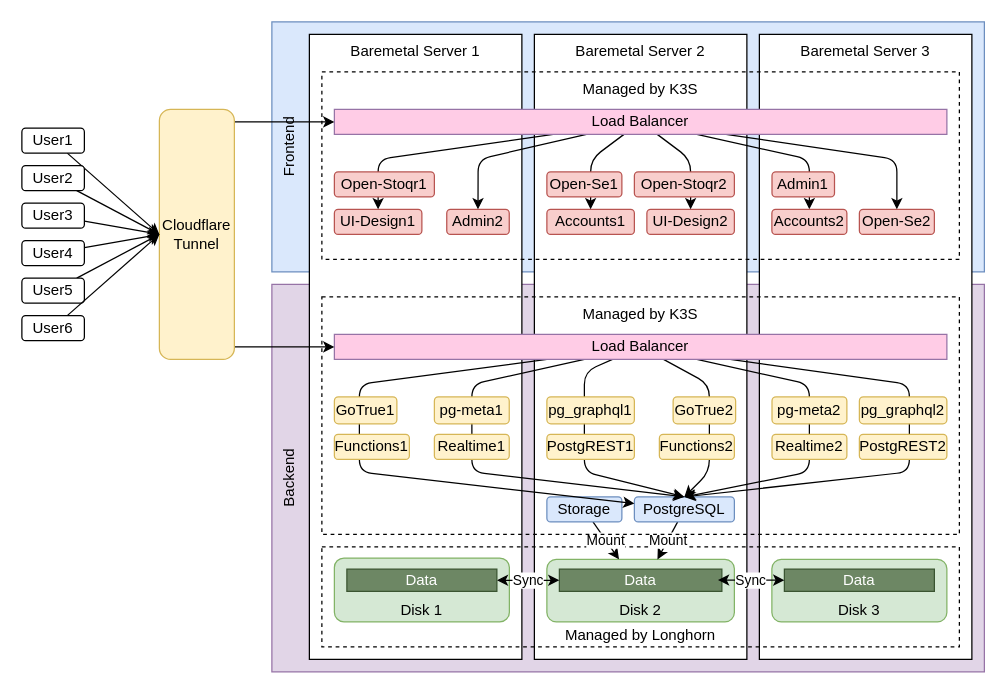
This is docs/System Design.drawio from rcsn01/OpenSe, a draw.io file, before an edit. Source tidied: cells renumbered, new cells numbered last; positions are measured from the earlier drawing's top-left corner, leaving out a move shared by most shapes. Both pictures are drawn from the tidied source at 125%, with x=0, y=0 at pixel (21, 21).
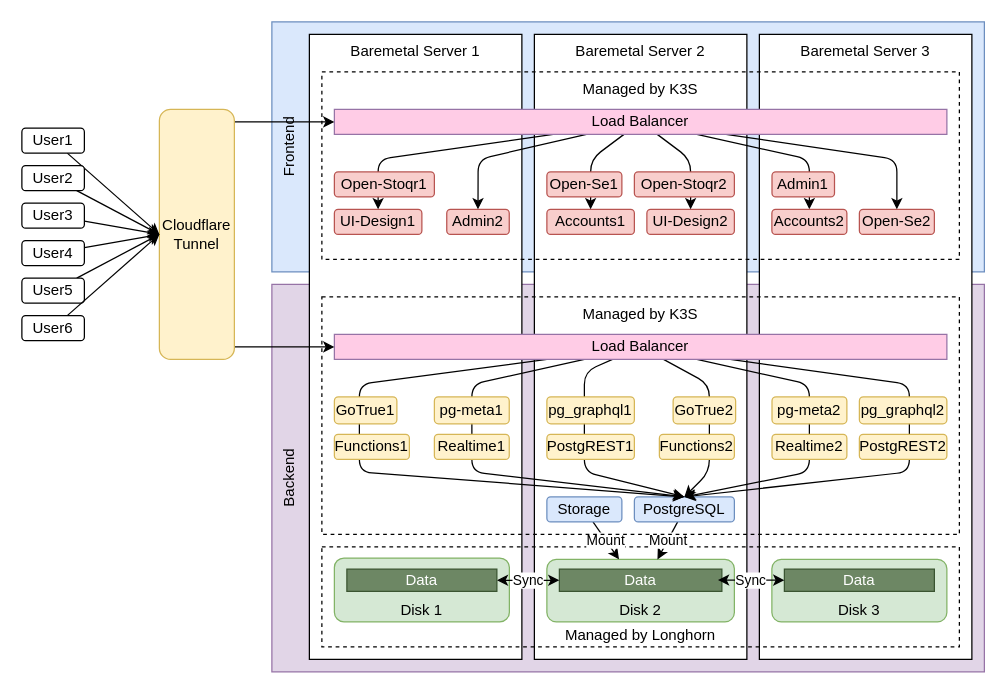
Above is the later version.

Unchanged cells that the change refers to:
```xml
<mxCell id="20" value="PostgreSQL" style="rounded=1;whiteSpace=wrap;html=1;fillColor=#dae8fc;strokeColor=#6c8ebf;" parent="1" vertex="1">
  <mxGeometry x="490" y="380" width="80" height="20" as="geometry" />
</mxCell>
<mxCell id="27" value="Load Balancer" style="rounded=0;whiteSpace=wrap;html=1;fillColor=#FFCCE6;strokeColor=#9673a6;" parent="1" vertex="1">
  <mxGeometry x="250" y="250" width="490" height="20" as="geometry" />
</mxCell>
```

The edit, as a diff of the source:
```diff
@@
-    <mxCell id="26" style="edgeStyle=none;html=1;" parent="1" edge="1" source="27" target="20">
+    <mxCell id="26" style="edgeStyle=none;html=1;entryX=0.5;entryY=0;entryDx=0;entryDy=0;" parent="1" edge="1" source="27" target="20">
       <mxGeometry relative="1" as="geometry">
         <Array as="points">
           <mxPoint x="270" y="290" />
           <mxPoint x="270" y="360" />
         </Array>
       </mxGeometry>
     </mxCell>
```
